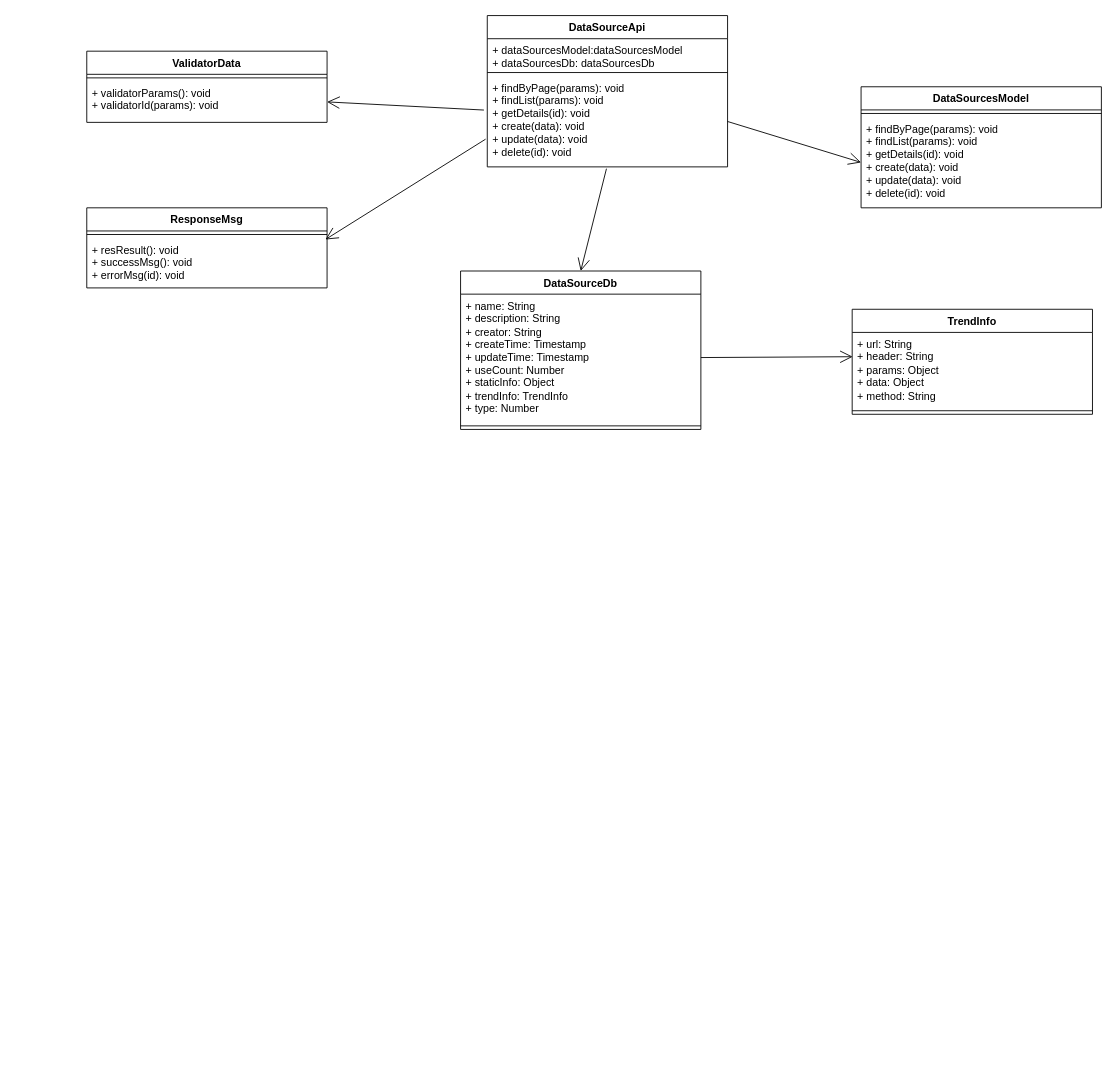
Earlier version of the draw.io diagram 数据源.drawio (yuxinyu12345/diagrams). Source tidied: cells renumbered, new cells numbered last; positions are measured from the earlier drawing's top-left corner, leaving out a move shared by most shapes. Both pictures are drawn from the tidied source at 89%, with x=0, y=0 at pixel (86, 15).
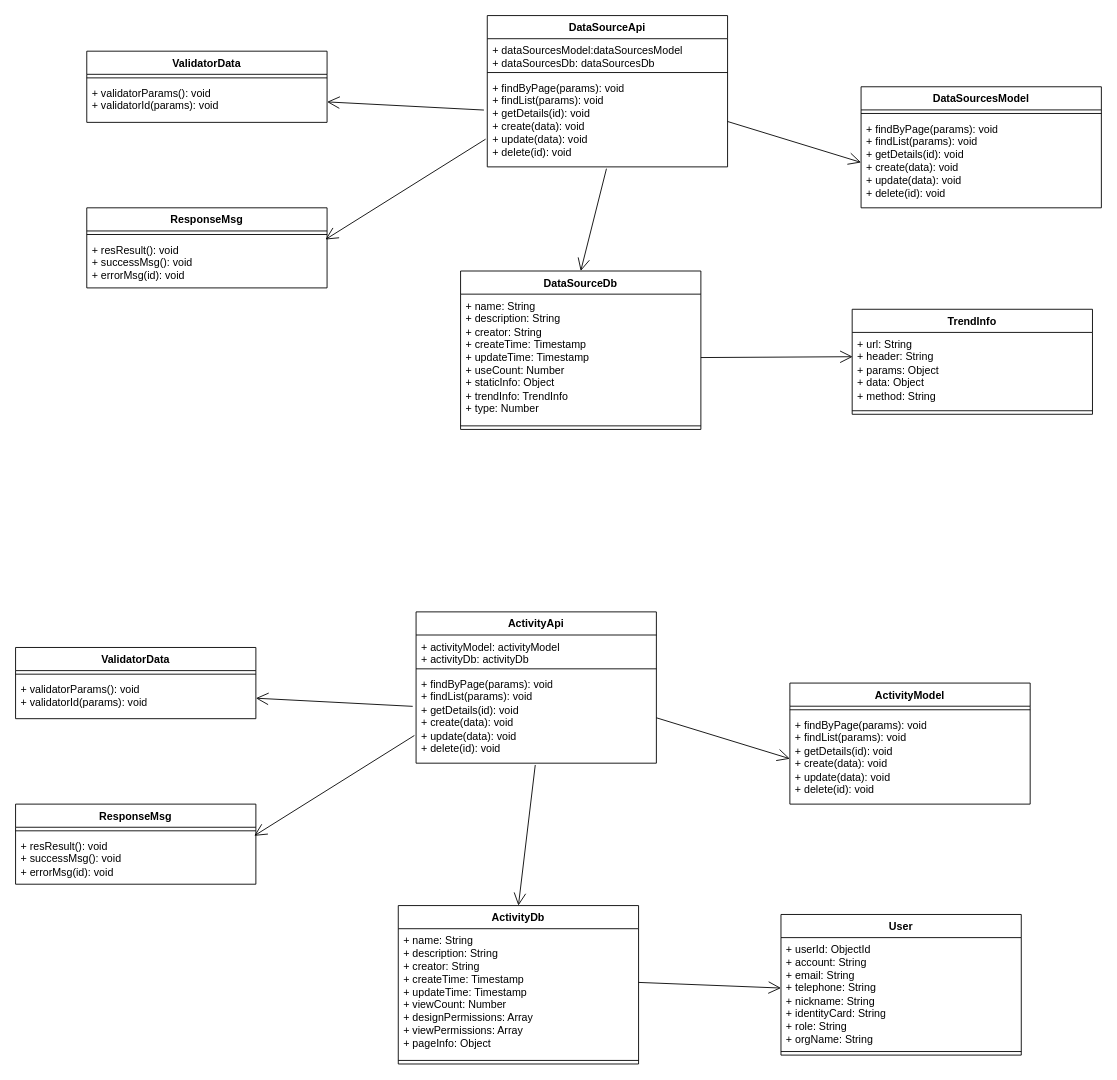
Above is the later version.

Commit message:
更新数据源.drawio

What changed in the source:
```diff
@@
+    <mxCell id="26" value="ActivityApi" style="swimlane;fontStyle=1;align=center;verticalAlign=top;horizontal=1;startSize=26;whiteSpace=wrap;html=1;" parent="1" vertex="1">
+      <mxGeometry x="370" y="670" width="270" height="170" as="geometry" />
+    </mxCell>
+    <mxCell id="27" value="+ activityModel: activityModel&lt;br&gt;+ activityDb: activityDb" style="text;strokeColor=none;fillColor=none;align=left;verticalAlign=top;spacingLeft=4;spacingRight=4;overflow=hidden;whiteSpace=wrap;html=1;" parent="26" vertex="1">
+      <mxGeometry y="26" width="270" height="34" as="geometry" />
+    </mxCell>
+    <mxCell id="28" style="line;strokeWidth=1;fillColor=none;align=left;verticalAlign=middle;spacingTop=-1;spacingLeft=3;spacingRight=3;labelPosition=right;strokeColor=inherit;" parent="26" vertex="1">
+      <mxGeometry y="60" width="270" height="8" as="geometry" />
+    </mxCell>
+    <mxCell id="29" value="+ findByPage(params): void&lt;br&gt;+ findList(params): void&lt;br&gt;+ getDetails(id): void&lt;br&gt;+ create(data): void&lt;br&gt;+ update(data): void&lt;br&gt;+ delete(id): void" style="text;strokeColor=none;fillColor=none;align=left;verticalAlign=top;spacingLeft=4;spacingRight=4;overflow=hidden;points=[[0,0.5],[1,0.5]];portConstraint=eastwest;whiteSpace=wrap;html=1;" parent="26" vertex="1">
+      <mxGeometry y="68" width="270" height="102" as="geometry" />
+    </mxCell>
+    <mxCell id="30" value="ActivityModel" style="swimlane;fontStyle=1;align=center;verticalAlign=top;horizontal=1;startSize=26;whiteSpace=wrap;html=1;" parent="1" vertex="1">
+      <mxGeometry x="790" y="750" width="270" height="136" as="geometry" />
+    </mxCell>
+    <mxCell id="31" style="line;strokeWidth=1;fillColor=none;align=left;verticalAlign=middle;spacingTop=-1;spacingLeft=3;spacingRight=3;labelPosition=right;strokeColor=inherit;" parent="30" vertex="1">
+      <mxGeometry y="26" width="270" height="8" as="geometry" />
+    </mxCell>
+    <mxCell id="32" value="+ findByPage(params): void&lt;br&gt;+ findList(params): void&lt;br&gt;+ getDetails(id): void&lt;br&gt;+ create(data): void&lt;br&gt;+ update(data): void&lt;br&gt;+ delete(id): void" style="text;strokeColor=none;fillColor=none;align=left;verticalAlign=top;spacingLeft=4;spacingRight=4;overflow=hidden;points=[[0,0.5],[1,0.5]];portConstraint=eastwest;whiteSpace=wrap;html=1;" parent="30" vertex="1">
+      <mxGeometry y="34" width="270" height="102" as="geometry" />
+    </mxCell>
+    <mxCell id="33" value="ActivityDb" style="swimlane;fontStyle=1;align=center;verticalAlign=top;horizontal=1;startSize=26;whiteSpace=wrap;html=1;" parent="1" vertex="1">
+      <mxGeometry x="350" y="1000" width="270" height="178" as="geometry" />
+    </mxCell>
+    <mxCell id="34" value="+ name: String&lt;br&gt;+&amp;nbsp;description: String&lt;br&gt;+ creator: String&lt;br&gt;+&amp;nbsp;createTime:&amp;nbsp;Timestamp&lt;br&gt;+ updateTime:&amp;nbsp;Timestamp&lt;br&gt;+ view&lt;span style=&quot;background-color: initial;&quot;&gt;Count: Number&lt;/span&gt;&lt;br&gt;+&amp;nbsp;designPermissions: Array&lt;br&gt;+ viewPermissions: Array&lt;br&gt;+&amp;nbsp;pageInfo: Object" style="text;strokeColor=none;fillColor=none;align=left;verticalAlign=top;spacingLeft=4;spacingRight=4;overflow=hidden;points=[[0,0.5],[1,0.5]];portConstraint=eastwest;whiteSpace=wrap;html=1;" parent="33" vertex="1">
+      <mxGeometry y="26" width="270" height="144" as="geometry" />
+    </mxCell>
+    <mxCell id="35" style="line;strokeWidth=1;fillColor=none;align=left;verticalAlign=middle;spacingTop=-1;spacingLeft=3;spacingRight=3;labelPosition=right;strokeColor=inherit;" parent="33" vertex="1">
+      <mxGeometry y="170" width="270" height="8" as="geometry" />
+    </mxCell>
+    <mxCell id="36" style="endArrow=open;endFill=1;endSize=12;html=1;rounded=0;exitX=1;exitY=0.5;exitDx=0;exitDy=0;entryX=0;entryY=0.5;entryDx=0;entryDy=0;" parent="1" edge="1" source="29" target="32">
+      <mxGeometry relative="1" as="geometry" />
+    </mxCell>
+    <mxCell id="37" style="endArrow=open;endFill=1;endSize=12;html=1;rounded=0;exitX=0.496;exitY=1.02;exitDx=0;exitDy=0;exitPerimeter=0;entryX=0.5;entryY=0;entryDx=0;entryDy=0;" parent="1" edge="1" source="29" target="33">
+      <mxGeometry relative="1" as="geometry" />
+    </mxCell>
+    <mxCell id="38" value="ResponseMsg" style="swimlane;fontStyle=1;align=center;verticalAlign=top;horizontal=1;startSize=26;whiteSpace=wrap;html=1;" parent="1" vertex="1">
+      <mxGeometry x="-80" y="886" width="270" height="90" as="geometry" />
+    </mxCell>
+    <mxCell id="39" style="line;strokeWidth=1;fillColor=none;align=left;verticalAlign=middle;spacingTop=-1;spacingLeft=3;spacingRight=3;labelPosition=right;strokeColor=inherit;" parent="38" vertex="1">
+      <mxGeometry y="26" width="270" height="8" as="geometry" />
+    </mxCell>
+    <mxCell id="40" value="+ resResult(): void&lt;br&gt;+ successMsg(): void&lt;br&gt;+ errorMsg(id): void" style="text;strokeColor=none;fillColor=none;align=left;verticalAlign=top;spacingLeft=4;spacingRight=4;overflow=hidden;points=[[0,0.5],[1,0.5]];portConstraint=eastwest;whiteSpace=wrap;html=1;" parent="38" vertex="1">
+      <mxGeometry y="34" width="270" height="56" as="geometry" />
+    </mxCell>
+    <mxCell id="41" value="ValidatorData" style="swimlane;fontStyle=1;align=center;verticalAlign=top;horizontal=1;startSize=26;whiteSpace=wrap;html=1;" parent="1" vertex="1">
+      <mxGeometry x="-80" y="710" width="270" height="80" as="geometry" />
+    </mxCell>
+    <mxCell id="42" style="line;strokeWidth=1;fillColor=none;align=left;verticalAlign=middle;spacingTop=-1;spacingLeft=3;spacingRight=3;labelPosition=right;strokeColor=inherit;" parent="41" vertex="1">
+      <mxGeometry y="26" width="270" height="8" as="geometry" />
+    </mxCell>
+    <mxCell id="43" value="+ validatorParams(): void&lt;br&gt;+ validatorId(params): void&lt;br&gt;" style="text;strokeColor=none;fillColor=none;align=left;verticalAlign=top;spacingLeft=4;spacingRight=4;overflow=hidden;points=[[0,0.5],[1,0.5]];portConstraint=eastwest;whiteSpace=wrap;html=1;" parent="41" vertex="1">
+      <mxGeometry y="34" width="270" height="46" as="geometry" />
+    </mxCell>
+    <mxCell id="44" style="endArrow=open;endFill=1;endSize=12;html=1;rounded=0;entryX=1;entryY=0.5;entryDx=0;entryDy=0;exitX=-0.014;exitY=0.374;exitDx=0;exitDy=0;exitPerimeter=0;" parent="1" edge="1" source="29" target="43">
+      <mxGeometry relative="1" as="geometry" />
+    </mxCell>
+    <mxCell id="45" style="endArrow=open;endFill=1;endSize=12;html=1;rounded=0;entryX=0.993;entryY=0.029;entryDx=0;entryDy=0;entryPerimeter=0;exitX=-0.007;exitY=0.695;exitDx=0;exitDy=0;exitPerimeter=0;" parent="1" edge="1" source="29" target="40">
+      <mxGeometry relative="1" as="geometry" />
+    </mxCell>
+    <mxCell id="46" value="User" style="swimlane;fontStyle=1;align=center;verticalAlign=top;horizontal=1;startSize=26;whiteSpace=wrap;html=1;" parent="1" vertex="1">
+      <mxGeometry x="780" y="1010" width="270" height="158" as="geometry" />
+    </mxCell>
+    <mxCell id="47" value="+ userId: ObjectId&lt;br&gt;+&amp;nbsp;account&lt;span style=&quot;background-color: initial;&quot;&gt;: String&lt;/span&gt;&lt;br&gt;+&amp;nbsp;email&lt;span style=&quot;background-color: initial;&quot;&gt;: String&lt;/span&gt;&lt;br&gt;+&amp;nbsp;telephone&lt;span style=&quot;background-color: initial;&quot;&gt;: String&lt;/span&gt;&lt;br&gt;+&amp;nbsp;nickname&lt;span style=&quot;background-color: initial;&quot;&gt;:&amp;nbsp;&lt;/span&gt;String&lt;br&gt;+&amp;nbsp;identityCard&lt;span style=&quot;background-color: initial;&quot;&gt;: String&lt;/span&gt;&lt;br&gt;+&amp;nbsp;role&lt;span style=&quot;background-color: initial;&quot;&gt;: String&lt;br&gt;+ orgName: String&lt;br&gt;&lt;/span&gt;" style="text;strokeColor=none;fillColor=none;align=left;verticalAlign=top;spacingLeft=4;spacingRight=4;overflow=hidden;points=[[0,0.5],[1,0.5]];portConstraint=eastwest;whiteSpace=wrap;html=1;" parent="46" vertex="1">
+      <mxGeometry y="26" width="270" height="124" as="geometry" />
+    </mxCell>
+    <mxCell id="48" style="line;strokeWidth=1;fillColor=none;align=left;verticalAlign=middle;spacingTop=-1;spacingLeft=3;spacingRight=3;labelPosition=right;strokeColor=inherit;" parent="46" vertex="1">
+      <mxGeometry y="150" width="270" height="8" as="geometry" />
+    </mxCell>
+    <mxCell id="49" style="endArrow=open;endFill=1;endSize=12;html=1;rounded=0;exitX=1;exitY=0.419;exitDx=0;exitDy=0;exitPerimeter=0;" parent="1" edge="1" source="34" target="47">
+      <mxGeometry relative="1" as="geometry" />
+    </mxCell>
```
